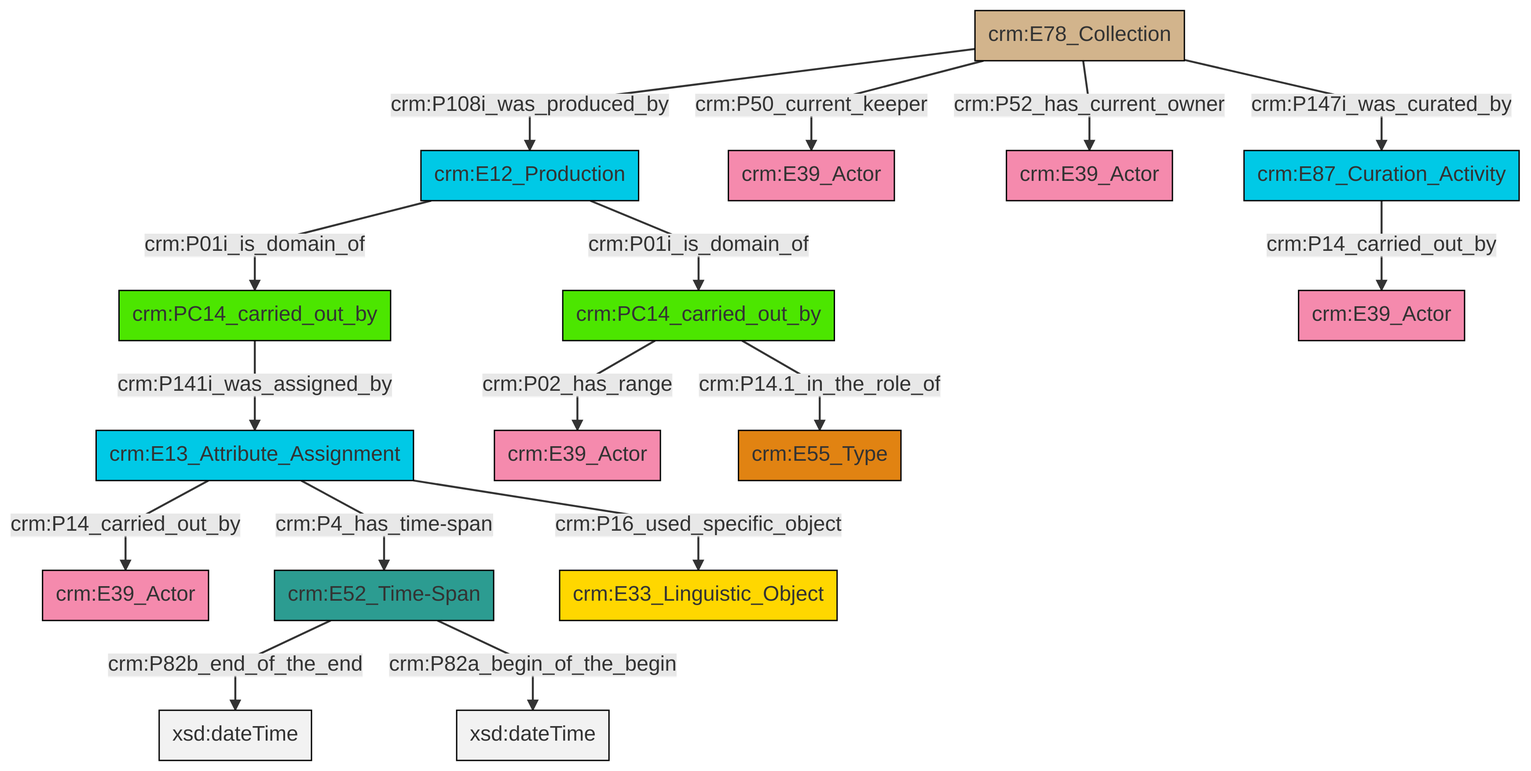
This is et/archivalCSV/ttl/mmd/png/archival_relation.png from swiss-art-research-net/docs.swissartresearch, a Mermaid export, as it was before one commit. Its source is kept beside it as et/archivalCSV/ttl/mmd/archival_relation.ttl.mmd.
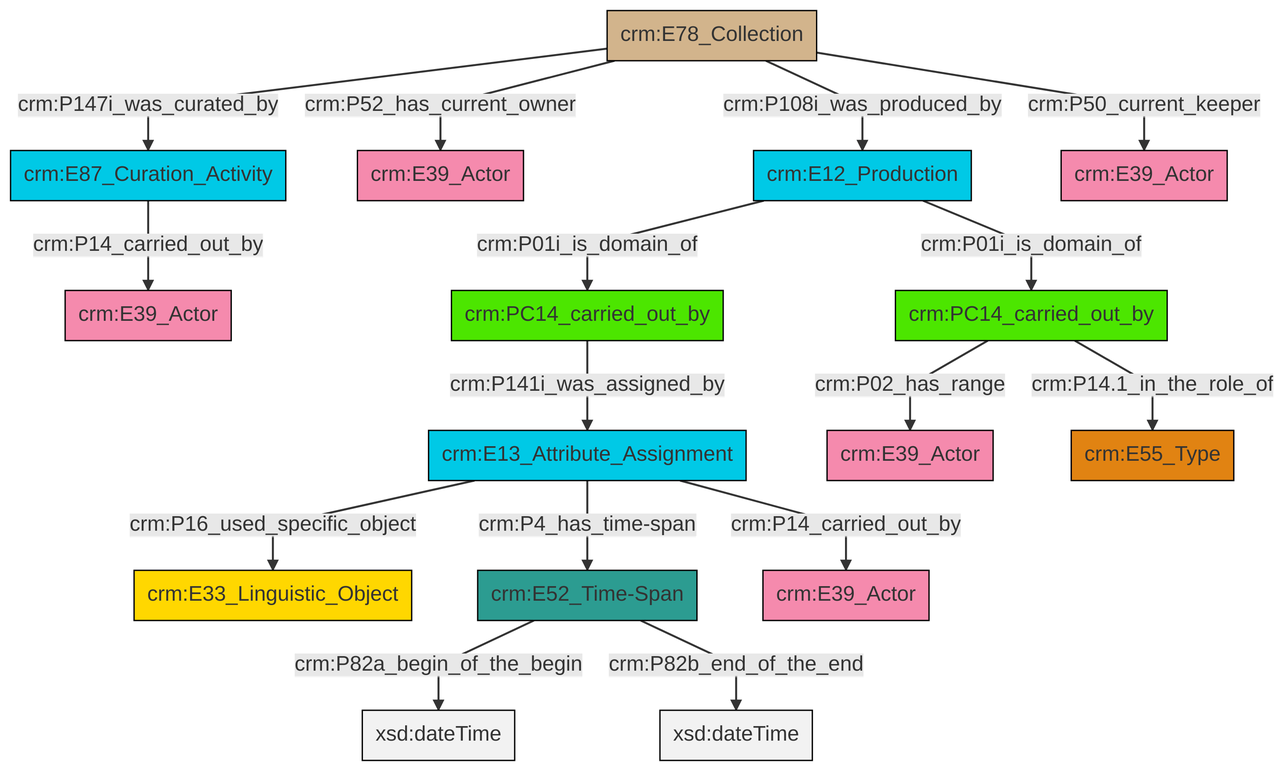
After the commit.

Change to the diagram source:
```diff
@@ -13,18 +13,18 @@
 classDef PC_Classes fill:#4ce600, stroke:#000000;
 classDef Multi fill:#cccccc,stroke:#000000;
 
-0["crm:E13_Attribute_Assignment"]:::Temporal_Entity -->|crm:P14_carried_out_by| 1["crm:E39_Actor"]:::Actor
-6["crm:E78_Collection"]:::Physical_Thing -->|crm:P50_current_keeper| 7["crm:E39_Actor"]:::Actor
-6["crm:E78_Collection"]:::Physical_Thing -->|crm:P52_has_current_owner| 8["crm:E39_Actor"]:::Actor
-10["crm:E52_Time-Span"]:::Time-Span -->|crm:P82b_end_of_the_end| 11[xsd:dateTime]:::Literal
-0["crm:E13_Attribute_Assignment"]:::Temporal_Entity -->|crm:P16_used_specific_object| 18["crm:E33_Linguistic_Object"]:::Conceptual_Object
-6["crm:E78_Collection"]:::Physical_Thing -->|crm:P147i_was_curated_by| 19["crm:E87_Curation_Activity"]:::Temporal_Entity
-20["crm:PC14_carried_out_by"]:::PC_Classes -->|crm:P141i_was_assigned_by| 0["crm:E13_Attribute_Assignment"]:::Temporal_Entity
-19["crm:E87_Curation_Activity"]:::Temporal_Entity -->|crm:P14_carried_out_by| 21["crm:E39_Actor"]:::Actor
-2["crm:E12_Production"]:::Temporal_Entity -->|crm:P01i_is_domain_of| 15["crm:PC14_carried_out_by"]:::PC_Classes
-2["crm:E12_Production"]:::Temporal_Entity -->|crm:P01i_is_domain_of| 20["crm:PC14_carried_out_by"]:::PC_Classes
-10["crm:E52_Time-Span"]:::Time-Span -->|crm:P82a_begin_of_the_begin| 25[xsd:dateTime]:::Literal
-6["crm:E78_Collection"]:::Physical_Thing -->|crm:P108i_was_produced_by| 2["crm:E12_Production"]:::Temporal_Entity
-0["crm:E13_Attribute_Assignment"]:::Temporal_Entity -->|crm:P4_has_time-span| 10["crm:E52_Time-Span"]:::Time-Span
-15["crm:PC14_carried_out_by"]:::PC_Classes -->|crm:P02_has_range| 4["crm:E39_Actor"]:::Actor
-15["crm:PC14_carried_out_by"]:::PC_Classes -->|crm:P14.1_in_the_role_of| 22["crm:E55_Type"]:::Type
+6["crm:PC14_carried_out_by"]:::PC_Classes -->|crm:P02_has_range| 7["crm:E39_Actor"]:::Actor
+11["crm:E13_Attribute_Assignment"]:::Temporal_Entity -->|crm:P16_used_specific_object| 12["crm:E33_Linguistic_Object"]:::Conceptual_Object
+6["crm:PC14_carried_out_by"]:::PC_Classes -->|crm:P14.1_in_the_role_of| 14["crm:E55_Type"]:::Type
+9["crm:E78_Collection"]:::Physical_Thing -->|crm:P147i_was_curated_by| 15["crm:E87_Curation_Activity"]:::Temporal_Entity
+16["crm:E52_Time-Span"]:::Time-Span -->|crm:P82a_begin_of_the_begin| 17[xsd:dateTime]:::Literal
+11["crm:E13_Attribute_Assignment"]:::Temporal_Entity -->|crm:P4_has_time-span| 16["crm:E52_Time-Span"]:::Time-Span
+9["crm:E78_Collection"]:::Physical_Thing -->|crm:P52_has_current_owner| 19["crm:E39_Actor"]:::Actor
+16["crm:E52_Time-Span"]:::Time-Span -->|crm:P82b_end_of_the_end| 22[xsd:dateTime]:::Literal
+0["crm:E12_Production"]:::Temporal_Entity -->|crm:P01i_is_domain_of| 20["crm:PC14_carried_out_by"]:::PC_Classes
+11["crm:E13_Attribute_Assignment"]:::Temporal_Entity -->|crm:P14_carried_out_by| 24["crm:E39_Actor"]:::Actor
+9["crm:E78_Collection"]:::Physical_Thing -->|crm:P108i_was_produced_by| 0["crm:E12_Production"]:::Temporal_Entity
+0["crm:E12_Production"]:::Temporal_Entity -->|crm:P01i_is_domain_of| 6["crm:PC14_carried_out_by"]:::PC_Classes
+20["crm:PC14_carried_out_by"]:::PC_Classes -->|crm:P141i_was_assigned_by| 11["crm:E13_Attribute_Assignment"]:::Temporal_Entity
+15["crm:E87_Curation_Activity"]:::Temporal_Entity -->|crm:P14_carried_out_by| 4["crm:E39_Actor"]:::Actor
+9["crm:E78_Collection"]:::Physical_Thing -->|crm:P50_current_keeper| 2["crm:E39_Actor"]:::Actor
```
